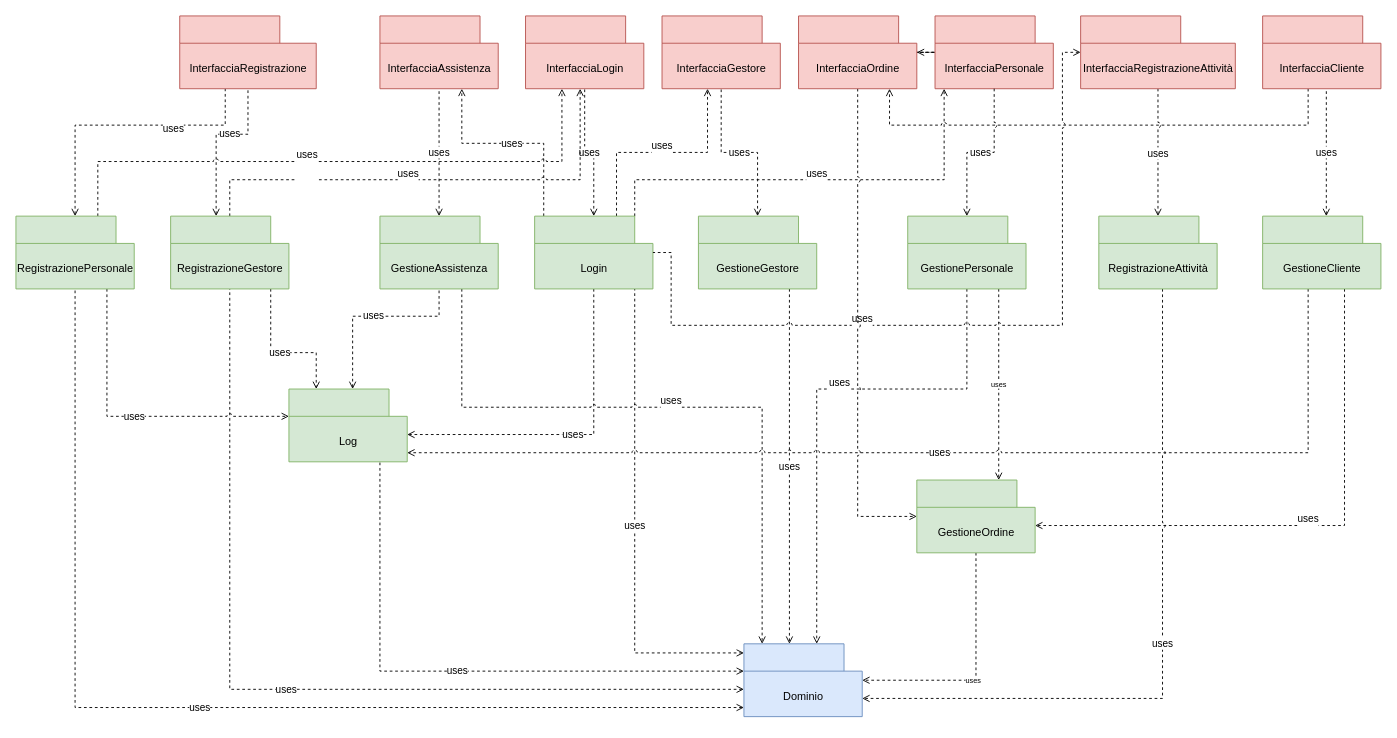
Above: page "Package" (1 of 6) of diagrammaPackage.drawio in Marco-Burattoni/Progetto-ids (draw.io), before the change. Source tidied: cells renumbered, new cells numbered last; positions are measured from the earlier drawing's top-left corner, leaving out a move shared by most shapes. Both pictures are drawn from the tidied source at 91%, with x=0, y=0 at pixel (15, 15).
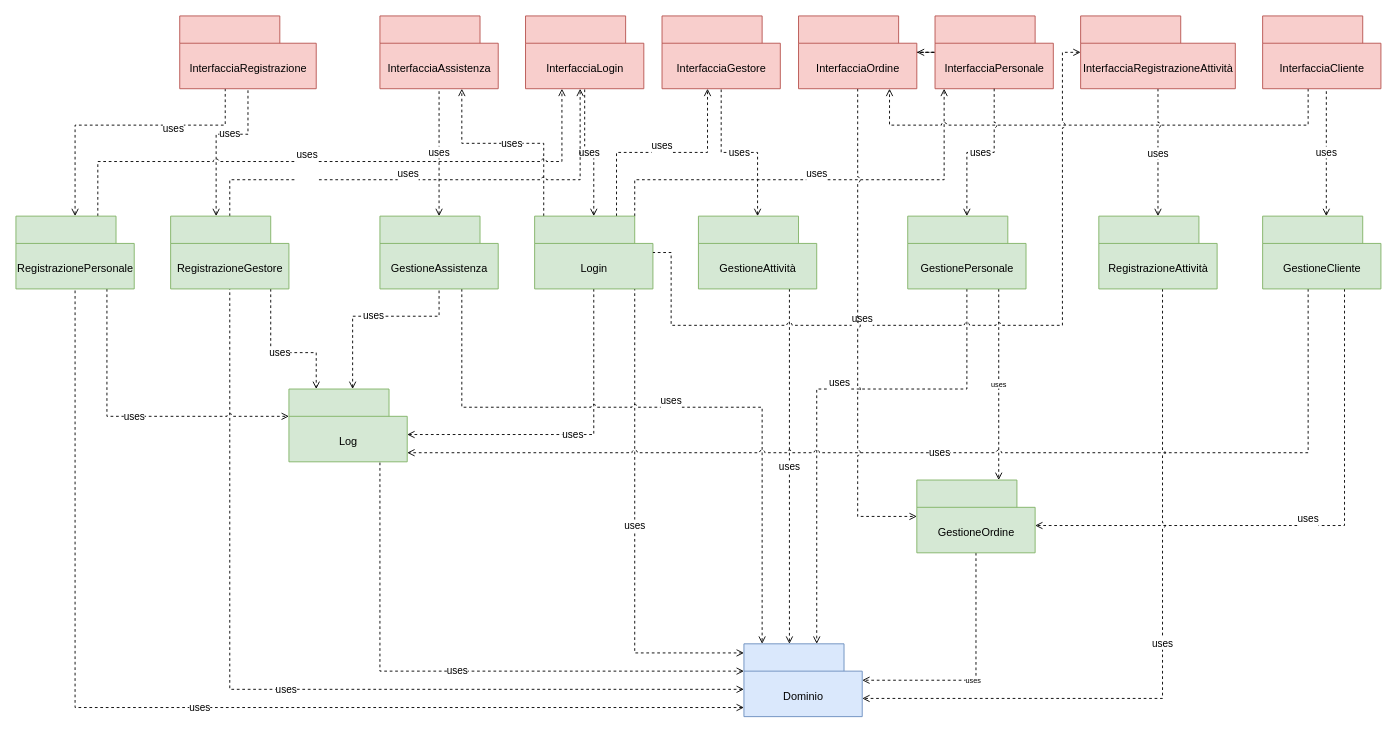
Above is the later version.

Unchanged cells that the change refers to:
```xml
<mxCell id="35" style="shape=folder;fontStyle=1;tabWidth=110;tabHeight=30;tabPosition=left;html=1;boundedLbl=1;labelInHeader=1;fillColor=#d5e8d4;strokeColor=#82b366;" parent="1" vertex="1">
  <mxGeometry x="750" y="220" width="130" height="80" as="geometry" />
</mxCell>
```

The edit, as a diff of the source:
```diff
@@
-    <mxCell id="36" value="&lt;span id=&quot;docs-internal-guid-100fbc12-7fff-2042-bf37-25e22783933c&quot;&gt;&lt;span style=&quot;background-color: transparent; font-variant-numeric: normal; font-variant-east-asian: normal; vertical-align: baseline;&quot;&gt;&lt;font style=&quot;font-size: 12px;&quot;&gt;GestioneGestore&lt;/font&gt;&lt;/span&gt;&lt;/span&gt;" style="html=1;strokeColor=none;fillColor=none;" parent="35" vertex="1">
+    <mxCell id="36" value="&lt;span id=&quot;docs-internal-guid-100fbc12-7fff-2042-bf37-25e22783933c&quot;&gt;&lt;span style=&quot;background-color: transparent; font-variant-numeric: normal; font-variant-east-asian: normal; vertical-align: baseline;&quot;&gt;&lt;font style=&quot;font-size: 12px;&quot;&gt;GestioneAttività&lt;/font&gt;&lt;/span&gt;&lt;/span&gt;" style="html=1;strokeColor=none;fillColor=none;" parent="35" vertex="1">
       <mxGeometry width="130" height="56" relative="1" as="geometry">
         <mxPoint y="30" as="offset" />
       </mxGeometry>
     </mxCell>
```
